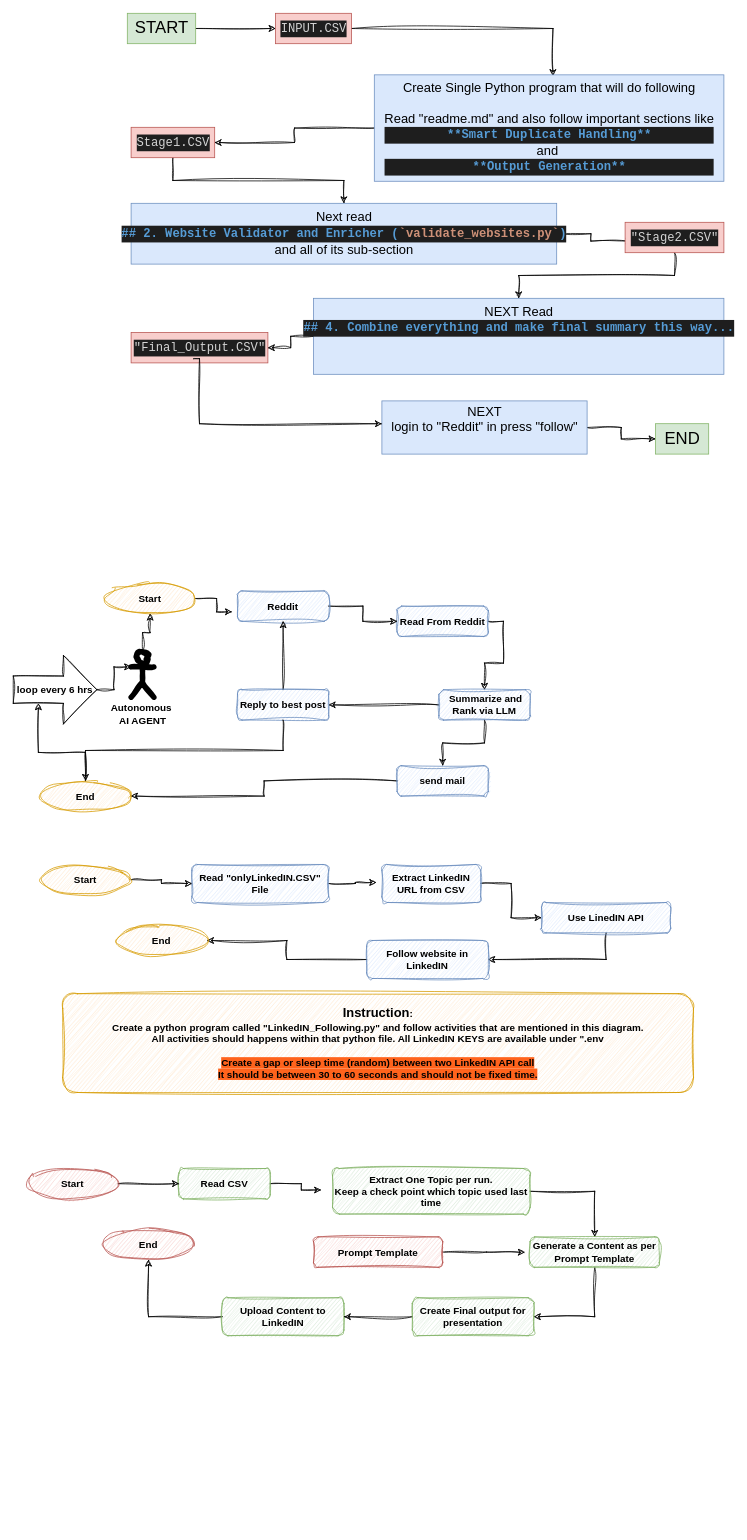
Before: tryPEN-Tool.drawio in anjali52deb/draw-io, a draw.io diagram. Source tidied: cells renumbered, new cells numbered last; positions are measured from the earlier drawing's top-left corner, leaving out a move shared by most shapes. Both pictures are drawn from the tidied source at 76%, with x=0, y=0 at pixel (13, 13).
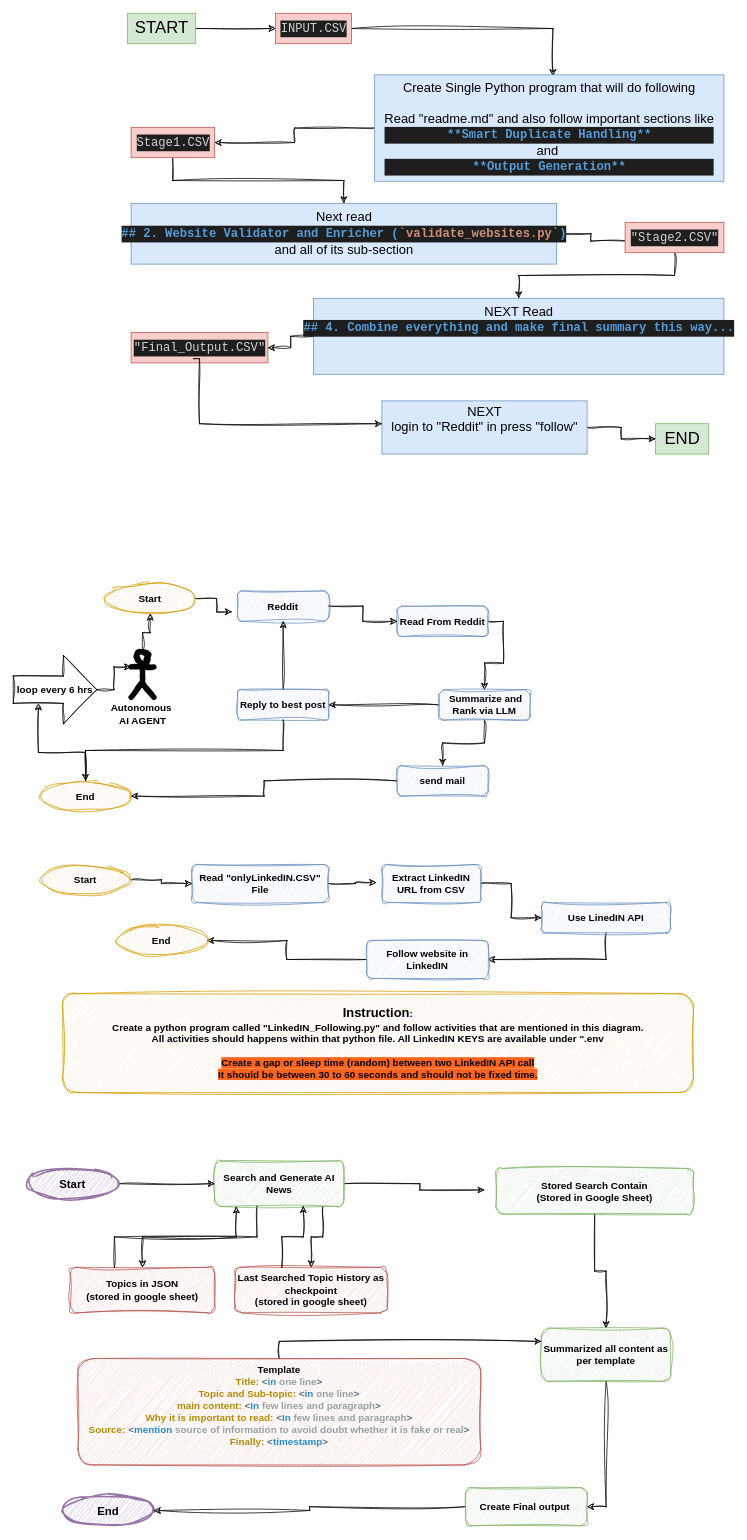
The same diagram, later.

Change to the diagram source:
```diff
@@
+    <mxCell id="68" style="edgeStyle=orthogonalEdgeStyle;rounded=0;sketch=1;hachureGap=4;jiggle=2;curveFitting=1;jettySize=auto;html=1;fontFamily=Architects Daughter;exitX=0.327;exitY=0.99;exitDx=0;exitDy=0;exitPerimeter=0;" parent="1" edge="1" source="54" target="70">
+      <mxGeometry relative="1" as="geometry" />
+    </mxCell>
-    <mxCell id="54" value="Read CSV" style="rounded=1;whiteSpace=wrap;html=1;sketch=1;hachureGap=4;jiggle=2;curveFitting=1;fontFamily=Helvetica;fontSize=13;fontStyle=1;fillColor=#d5e8d4;strokeColor=#82b366;" parent="1" vertex="1">
-      <mxGeometry x="218" y="1520" width="120" height="40" as="geometry" />
+    <mxCell id="54" value="Search and Generate AI News" style="rounded=1;whiteSpace=wrap;html=1;sketch=1;hachureGap=4;jiggle=2;curveFitting=1;fontFamily=Helvetica;fontSize=13;fontStyle=1;fillColor=#d5e8d4;strokeColor=#82b366;" parent="1" vertex="1">
+      <mxGeometry x="265" y="1510" width="170" height="60" as="geometry" />
     </mxCell>
@@
-    <mxCell id="56" style="edgeStyle=orthogonalEdgeStyle;rounded=0;sketch=1;hachureGap=4;jiggle=2;curveFitting=1;jettySize=auto;html=1;fontFamily=Architects Daughter;exitX=1;exitY=0.5;exitDx=0;exitDy=0;" parent="1" edge="1" source="57" target="63">
+    <mxCell id="56" style="edgeStyle=orthogonalEdgeStyle;rounded=0;sketch=1;hachureGap=4;jiggle=2;curveFitting=1;jettySize=auto;html=1;fontFamily=Architects Daughter;exitX=0.5;exitY=1;exitDx=0;exitDy=0;" parent="1" edge="1" source="57" target="63">
       <mxGeometry relative="1" as="geometry" />
     </mxCell>
-    <mxCell id="57" value="Extract One Topic per run.&lt;br&gt;Keep a check point which topic used last time" style="rounded=1;whiteSpace=wrap;html=1;sketch=1;hachureGap=4;jiggle=2;curveFitting=1;fontFamily=Helvetica;fontSize=13;fontStyle=1;fillColor=#d5e8d4;strokeColor=#82b366;" parent="1" vertex="1">
-      <mxGeometry x="420" y="1520" width="260" height="60" as="geometry" />
+    <mxCell id="57" value="&lt;div&gt;Stored Search Contain&lt;/div&gt;&lt;div&gt;(Stored in Google Sheet)&lt;/div&gt;" style="rounded=1;whiteSpace=wrap;html=1;sketch=1;hachureGap=4;jiggle=2;curveFitting=1;fontFamily=Helvetica;fontSize=13;fontStyle=1;fillColor=#d5e8d4;strokeColor=#82b366;" parent="1" vertex="1">
+      <mxGeometry x="635" y="1520" width="260" height="60" as="geometry" />
     </mxCell>
-    <mxCell id="58" style="edgeStyle=orthogonalEdgeStyle;rounded=0;sketch=1;hachureGap=4;jiggle=2;curveFitting=1;jettySize=auto;html=1;fontFamily=Architects Daughter;" parent="1" edge="1" source="59" target="62">
-      <mxGeometry relative="1" as="geometry" />
-    </mxCell>
-    <mxCell id="59" value="Upload Content to LinkedIN" style="rounded=1;whiteSpace=wrap;html=1;sketch=1;hachureGap=4;jiggle=2;curveFitting=1;fontFamily=Helvetica;fontSize=13;fontStyle=1;fillColor=#d5e8d4;strokeColor=#82b366;" parent="1" vertex="1">
-      <mxGeometry x="275" y="1690" width="160" height="50" as="geometry" />
-    </mxCell>
@@
-    <mxCell id="61" value="Start" style="ellipse;whiteSpace=wrap;html=1;sketch=1;hachureGap=4;jiggle=2;curveFitting=1;fontFamily=Helvetica;fontSize=13;fontStyle=1;fillColor=#f8cecc;strokeColor=#b85450;" parent="1" vertex="1">
+    <mxCell id="61" value="Start" style="ellipse;whiteSpace=wrap;html=1;sketch=1;hachureGap=4;jiggle=2;curveFitting=1;fontFamily=Helvetica;fontSize=15;fontStyle=1;fillColor=#e1d5e7;strokeColor=#9673a6;strokeWidth=2;" parent="1" vertex="1">
       <mxGeometry x="18" y="1520" width="120" height="40" as="geometry" />
     </mxCell>
-    <mxCell id="62" value="End" style="ellipse;whiteSpace=wrap;html=1;sketch=1;hachureGap=4;jiggle=2;curveFitting=1;fontFamily=Helvetica;fontSize=13;fontStyle=1;fillColor=#f8cecc;strokeColor=#b85450;" parent="1" vertex="1">
-      <mxGeometry x="118" y="1600" width="120" height="40" as="geometry" />
+    <mxCell id="62" value="End" style="ellipse;whiteSpace=wrap;html=1;sketch=1;hachureGap=4;jiggle=2;curveFitting=1;fontFamily=Helvetica;fontSize=15;fontStyle=1;fillColor=#e1d5e7;strokeColor=#9673a6;strokeWidth=2;" parent="1" vertex="1">
+      <mxGeometry x="65" y="1950" width="120" height="40" as="geometry" />
     </mxCell>
-    <mxCell id="63" value="Generate a Content as per Prompt Template" style="rounded=1;whiteSpace=wrap;html=1;sketch=1;hachureGap=4;jiggle=2;curveFitting=1;fontFamily=Helvetica;fontSize=13;fontStyle=1;fillColor=#d5e8d4;strokeColor=#82b366;" parent="1" vertex="1">
-      <mxGeometry x="680" y="1610" width="170" height="40" as="geometry" />
+    <mxCell id="63" value="Summarized all content as per template" style="rounded=1;whiteSpace=wrap;html=1;sketch=1;hachureGap=4;jiggle=2;curveFitting=1;fontFamily=Helvetica;fontSize=13;fontStyle=1;fillColor=#d5e8d4;strokeColor=#82b366;" parent="1" vertex="1">
+      <mxGeometry x="695" y="1730" width="170" height="70" as="geometry" />
     </mxCell>
-    <mxCell id="64" style="edgeStyle=orthogonalEdgeStyle;rounded=0;sketch=1;hachureGap=4;jiggle=2;curveFitting=1;jettySize=auto;html=1;fontFamily=Architects Daughter;" parent="1" edge="1" source="65" target="59">
-      <mxGeometry relative="1" as="geometry" />
-    </mxCell>
+    <mxCell id="69" style="edgeStyle=orthogonalEdgeStyle;rounded=0;sketch=1;hachureGap=4;jiggle=2;curveFitting=1;jettySize=auto;html=1;fontFamily=Architects Daughter;" parent="1" edge="1" source="65" target="62">
+      <mxGeometry relative="1" as="geometry" />
+    </mxCell>
-    <mxCell id="65" value="Create Final output for presentation" style="rounded=1;whiteSpace=wrap;html=1;sketch=1;hachureGap=4;jiggle=2;curveFitting=1;fontFamily=Helvetica;fontSize=13;fontStyle=1;fillColor=#d5e8d4;strokeColor=#82b366;" parent="1" vertex="1">
-      <mxGeometry x="525" y="1690" width="160" height="50" as="geometry" />
+    <mxCell id="65" value="Create Final output&amp;nbsp;" style="rounded=1;whiteSpace=wrap;html=1;sketch=1;hachureGap=4;jiggle=2;curveFitting=1;fontFamily=Helvetica;fontSize=13;fontStyle=1;fillColor=#d5e8d4;strokeColor=#82b366;" parent="1" vertex="1">
+      <mxGeometry x="595" y="1940" width="160" height="50" as="geometry" />
     </mxCell>
-    <mxCell id="66" style="edgeStyle=orthogonalEdgeStyle;rounded=0;sketch=1;hachureGap=4;jiggle=2;curveFitting=1;jettySize=auto;html=1;fontFamily=Architects Daughter;entryX=-0.041;entryY=0.507;entryDx=0;entryDy=0;entryPerimeter=0;" parent="1" edge="1" source="67" target="63">
-      <mxGeometry relative="1" as="geometry" />
-    </mxCell>
-    <mxCell id="67" value="Prompt Template" style="rounded=1;whiteSpace=wrap;html=1;sketch=1;hachureGap=4;jiggle=2;curveFitting=1;fontFamily=Helvetica;fontSize=13;fontStyle=1;fillColor=#f8cecc;strokeColor=#b85450;" parent="1" vertex="1">
-      <mxGeometry x="395" y="1610" width="170" height="40" as="geometry" />
-    </mxCell>
+    <mxCell id="70" value="&lt;div&gt;Topics in JSON&lt;/div&gt;&lt;div&gt;(stored in google sheet)&lt;/div&gt;" style="rounded=1;whiteSpace=wrap;html=1;sketch=1;hachureGap=4;jiggle=2;curveFitting=1;fontFamily=Helvetica;fontSize=13;fontStyle=1;fillColor=#f8cecc;strokeColor=#b85450;" parent="1" vertex="1">
+      <mxGeometry x="75" y="1650" width="190" height="60" as="geometry" />
+    </mxCell>
+    <mxCell id="71" style="edgeStyle=orthogonalEdgeStyle;rounded=0;sketch=1;hachureGap=4;jiggle=2;curveFitting=1;jettySize=auto;html=1;fontFamily=Architects Daughter;exitX=0.306;exitY=0.007;exitDx=0;exitDy=0;exitPerimeter=0;entryX=0.167;entryY=1;entryDx=0;entryDy=0;entryPerimeter=0;" parent="1" edge="1" source="70" target="54">
+      <mxGeometry relative="1" as="geometry" />
+    </mxCell>
+    <mxCell id="72" style="edgeStyle=orthogonalEdgeStyle;rounded=0;sketch=1;hachureGap=4;jiggle=2;curveFitting=1;jettySize=auto;html=1;fontFamily=Architects Daughter;exitX=0.836;exitY=1.014;exitDx=0;exitDy=0;exitPerimeter=0;" parent="1" edge="1" source="54" target="73">
+      <mxGeometry relative="1" as="geometry" />
+    </mxCell>
+    <mxCell id="73" value="&lt;div&gt;Last Searched Topic History as checkpoint&lt;/div&gt;&lt;div&gt;(stored in google sheet)&lt;/div&gt;" style="rounded=1;whiteSpace=wrap;html=1;sketch=1;hachureGap=4;jiggle=2;curveFitting=1;fontFamily=Helvetica;fontSize=13;fontStyle=1;fillColor=#f8cecc;strokeColor=#b85450;" parent="1" vertex="1">
+      <mxGeometry x="292" y="1650" width="200" height="60" as="geometry" />
+    </mxCell>
+    <mxCell id="74" style="edgeStyle=orthogonalEdgeStyle;rounded=0;sketch=1;hachureGap=4;jiggle=2;curveFitting=1;jettySize=auto;html=1;fontFamily=Architects Daughter;exitX=0.306;exitY=0.007;exitDx=0;exitDy=0;exitPerimeter=0;entryX=0.685;entryY=0.99;entryDx=0;entryDy=0;entryPerimeter=0;" parent="1" edge="1" source="73" target="54">
+      <mxGeometry relative="1" as="geometry" />
+    </mxCell>
+    <mxCell id="75" style="edgeStyle=orthogonalEdgeStyle;rounded=0;sketch=1;hachureGap=4;jiggle=2;curveFitting=1;jettySize=auto;html=1;fontFamily=Architects Daughter;entryX=0;entryY=0.25;entryDx=0;entryDy=0;exitX=0.5;exitY=0;exitDx=0;exitDy=0;" parent="1" edge="1" source="76" target="63">
+      <mxGeometry relative="1" as="geometry" />
+    </mxCell>
+    <mxCell id="76" value="&lt;div&gt;Template&lt;/div&gt;&lt;div&gt;&lt;span style=&quot;color: rgb(181, 137, 0); white-space: pre;&quot;&gt;Title: &lt;/span&gt;&lt;span style=&quot;color: rgb(88, 110, 117); white-space: pre;&quot;&gt;&amp;lt;&lt;/span&gt;&lt;span style=&quot;color: rgb(38, 139, 210); white-space: pre;&quot;&gt;in&lt;/span&gt;&lt;span style=&quot;color: rgb(181, 137, 0); white-space: pre;&quot;&gt; &lt;/span&gt;&lt;span style=&quot;color: rgb(147, 161, 161); white-space: pre;&quot;&gt;one&lt;/span&gt;&lt;span style=&quot;color: rgb(181, 137, 0); white-space: pre;&quot;&gt; &lt;/span&gt;&lt;span style=&quot;color: rgb(147, 161, 161); white-space: pre;&quot;&gt;line&lt;/span&gt;&lt;span style=&quot;color: rgb(88, 110, 117); white-space: pre;&quot;&gt;&amp;gt;&lt;/span&gt;&lt;/div&gt;&lt;div&gt;&lt;span style=&quot;color: rgb(181, 137, 0); white-space: pre;&quot;&gt;Topic and Sub-topic: &lt;/span&gt;&lt;span style=&quot;color: rgb(88, 110, 117); white-space: pre;&quot;&gt;&amp;lt;&lt;/span&gt;&lt;span style=&quot;color: rgb(38, 139, 210); white-space: pre;&quot;&gt;in&lt;/span&gt;&lt;span style=&quot;color: rgb(181, 137, 0); white-space: pre;&quot;&gt; &lt;/span&gt;&lt;span style=&quot;color: rgb(147, 161, 161); white-space: pre;&quot;&gt;one&lt;/span&gt;&lt;span style=&quot;color: rgb(181, 137, 0); white-space: pre;&quot;&gt; &lt;/span&gt;&lt;span style=&quot;color: rgb(147, 161, 161); white-space: pre;&quot;&gt;line&lt;/span&gt;&lt;span style=&quot;color: rgb(88, 110, 117); white-space: pre;&quot;&gt;&amp;gt;&lt;/span&gt;&lt;/div&gt;&lt;div&gt;&lt;span style=&quot;color: rgb(181, 137, 0); white-space: pre;&quot;&gt;main content: &lt;/span&gt;&lt;span style=&quot;color: rgb(88, 110, 117); white-space: pre;&quot;&gt;&amp;lt;&lt;/span&gt;&lt;span style=&quot;color: rgb(38, 139, 210); white-space: pre;&quot;&gt;In&lt;/span&gt;&lt;span style=&quot;color: rgb(181, 137, 0); white-space: pre;&quot;&gt; &lt;/span&gt;&lt;span style=&quot;color: rgb(147, 161, 161); white-space: pre;&quot;&gt;few&lt;/span&gt;&lt;span style=&quot;color: rgb(181, 137, 0); white-space: pre;&quot;&gt; &lt;/span&gt;&lt;span style=&quot;color: rgb(147, 161, 161); white-space: pre;&quot;&gt;lines&lt;/span&gt;&lt;span style=&quot;color: rgb(181, 137, 0); white-space: pre;&quot;&gt; &lt;/span&gt;&lt;span style=&quot;color: rgb(147, 161, 161); white-space: pre;&quot;&gt;and&lt;/span&gt;&lt;span style=&quot;color: rgb(181, 137, 0); white-space: pre;&quot;&gt; &lt;/span&gt;&lt;span style=&quot;color: rgb(147, 161, 161); white-space: pre;&quot;&gt;paragraph&lt;/span&gt;&lt;span style=&quot;color: rgb(88, 110, 117); white-space: pre;&quot;&gt;&amp;gt;&lt;/span&gt;&lt;/div&gt;&lt;div&gt;&lt;span style=&quot;color: rgb(181, 137, 0); white-space: pre;&quot;&gt;Why it is important to read: &lt;/span&gt;&lt;span style=&quot;color: rgb(88, 110, 117); white-space: pre;&quot;&gt;&amp;lt;&lt;/span&gt;&lt;span style=&quot;color: rgb(38, 139, 210); white-space: pre;&quot;&gt;In&lt;/span&gt;&lt;span style=&quot;color: rgb(181, 137, 0); white-space: pre;&quot;&gt; &lt;/span&gt;&lt;span style=&quot;color: rgb(147, 161, 161); white-space: pre;&quot;&gt;few&lt;/span&gt;&lt;span style=&quot;color: rgb(181, 137, 0); white-space: pre;&quot;&gt; &lt;/span&gt;&lt;span style=&quot;color: rgb(147, 161, 161); white-space: pre;&quot;&gt;lines&lt;/span&gt;&lt;span style=&quot;color: rgb(181, 137, 0); white-space: pre;&quot;&gt; &lt;/span&gt;&lt;span style=&quot;color: rgb(147, 161, 161); white-space: pre;&quot;&gt;and&lt;/span&gt;&lt;span style=&quot;color: rgb(181, 137, 0); white-space: pre;&quot;&gt; &lt;/span&gt;&lt;span style=&quot;color: rgb(147, 161, 161); white-space: pre;&quot;&gt;paragraph&lt;/span&gt;&lt;span style=&quot;color: rgb(88, 110, 117); white-space: pre;&quot;&gt;&amp;gt;&lt;/span&gt;&lt;/div&gt;&lt;div&gt;&lt;span style=&quot;color: rgb(181, 137, 0); white-space: pre;&quot;&gt;Source: &lt;/span&gt;&lt;span style=&quot;color: rgb(88, 110, 117); white-space: pre;&quot;&gt;&amp;lt;&lt;/span&gt;&lt;span style=&quot;color: rgb(38, 139, 210); white-space: pre;&quot;&gt;mention&lt;/span&gt;&lt;span style=&quot;color: rgb(181, 137, 0); white-space: pre;&quot;&gt; &lt;/span&gt;&lt;span style=&quot;color: rgb(147, 161, 161); white-space: pre;&quot;&gt;source&lt;/span&gt;&lt;span style=&quot;color: rgb(181, 137, 0); white-space: pre;&quot;&gt; &lt;/span&gt;&lt;span style=&quot;color: rgb(147, 161, 161); white-space: pre;&quot;&gt;of&lt;/span&gt;&lt;span style=&quot;color: rgb(181, 137, 0); white-space: pre;&quot;&gt; &lt;/span&gt;&lt;span style=&quot;color: rgb(147, 161, 161); white-space: pre;&quot;&gt;information&lt;/span&gt;&lt;span style=&quot;color: rgb(181, 137, 0); white-space: pre;&quot;&gt; &lt;/span&gt;&lt;span style=&quot;color: rgb(147, 161, 161); white-space: pre;&quot;&gt;to&lt;/span&gt;&lt;span style=&quot;color: rgb(181, 137, 0); white-space: pre;&quot;&gt; &lt;/span&gt;&lt;span style=&quot;color: rgb(147, 161, 161); white-space: pre;&quot;&gt;avoid&lt;/span&gt;&lt;span style=&quot;color: rgb(181, 137, 0); white-space: pre;&quot;&gt; &lt;/span&gt;&lt;span style=&quot;color: rgb(147, 161, 161); white-space: pre;&quot;&gt;doubt&lt;/span&gt;&lt;span style=&quot;color: rgb(181, 137, 0); white-space: pre;&quot;&gt; &lt;/span&gt;&lt;span style=&quot;color: rgb(147, 161, 161); white-space: pre;&quot;&gt;whether&lt;/span&gt;&lt;span style=&quot;color: rgb(181, 137, 0); white-space: pre;&quot;&gt; &lt;/span&gt;&lt;span style=&quot;color: rgb(147, 161, 161); white-space: pre;&quot;&gt;it&lt;/span&gt;&lt;span style=&quot;color: rgb(181, 137, 0); white-space: pre;&quot;&gt; &lt;/span&gt;&lt;span style=&quot;color: rgb(147, 161, 161); white-space: pre;&quot;&gt;is&lt;/span&gt;&lt;span style=&quot;color: rgb(181, 137, 0); white-space: pre;&quot;&gt; &lt;/span&gt;&lt;span style=&quot;color: rgb(147, 161, 161); white-space: pre;&quot;&gt;fake&lt;/span&gt;&lt;span style=&quot;color: rgb(181, 137, 0); white-space: pre;&quot;&gt; &lt;/span&gt;&lt;span style=&quot;color: rgb(147, 161, 161); white-space: pre;&quot;&gt;or&lt;/span&gt;&lt;span style=&quot;color: rgb(181, 137, 0); white-space: pre;&quot;&gt; &lt;/span&gt;&lt;span style=&quot;color: rgb(147, 161, 161); white-space: pre;&quot;&gt;real&lt;/span&gt;&lt;span style=&quot;color: rgb(88, 110, 117); white-space: pre;&quot;&gt;&amp;gt;&lt;/span&gt;&lt;div style=&quot;white-space: pre;&quot;&gt;&lt;span style=&quot;color: rgb(181, 137, 0);&quot;&gt;Finally: &lt;/span&gt;&lt;span style=&quot;color: rgb(88, 110, 117);&quot;&gt;&amp;lt;&lt;/span&gt;&lt;span style=&quot;color: rgb(38, 139, 210);&quot;&gt;timestamp&lt;/span&gt;&lt;span style=&quot;color: rgb(88, 110, 117);&quot;&gt;&amp;gt;&lt;/span&gt;&lt;/div&gt;&lt;/div&gt;&lt;div&gt;&lt;br&gt;&lt;/div&gt;" style="rounded=1;whiteSpace=wrap;html=1;sketch=1;hachureGap=4;jiggle=2;curveFitting=1;fontFamily=Helvetica;fontSize=13;fontStyle=1;fillColor=#f8cecc;strokeColor=#b85450;align=center;" parent="1" vertex="1">
+      <mxGeometry x="85" y="1770" width="530" height="140" as="geometry" />
+    </mxCell>
```
